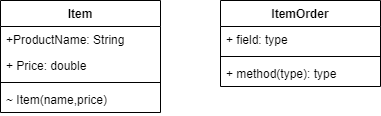
The draw.io diagram ShopDiagram.png in merlin2v/StoreSystem, before a commit. Source tidied: cells renumbered, new cells last; positions are measured from the earlier drawing's top-left corner, leaving out a move shared by most shapes.
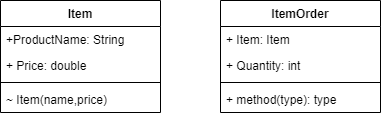
Above is the later version.

The edit, as a diff of the source:
```diff
@@ -18,16 +18,19 @@
       <mxGeometry y="86" width="160" height="26" as="geometry" />
     </mxCell>
     <mxCell id="7" value="ItemOrder" style="swimlane;fontStyle=1;align=center;verticalAlign=top;horizontal=1;startSize=26;" parent="1" vertex="1">
-      <mxGeometry x="220" width="160" height="86" as="geometry" />
+      <mxGeometry x="220" width="160" height="112" as="geometry" />
     </mxCell>
-    <mxCell id="8" value="+ field: type" style="text;strokeColor=none;fillColor=none;align=left;verticalAlign=top;spacingLeft=4;spacingRight=4;overflow=hidden;" parent="7" vertex="1">
+    <mxCell id="8" value="+ Item: Item" style="text;strokeColor=none;fillColor=none;align=left;verticalAlign=top;spacingLeft=4;spacingRight=4;overflow=hidden;" parent="7" vertex="1">
       <mxGeometry y="26" width="160" height="26" as="geometry" />
     </mxCell>
+    <mxCell id="11" value="+ Quantity: int" style="text;strokeColor=none;fillColor=none;align=left;verticalAlign=top;spacingLeft=4;spacingRight=4;overflow=hidden;" parent="7" vertex="1">
+      <mxGeometry y="52" width="160" height="26" as="geometry" />
+    </mxCell>
     <mxCell id="9" style="line;strokeWidth=1;fillColor=none;align=left;verticalAlign=middle;spacingTop=-1;spacingLeft=3;spacingRight=3;labelPosition=right;" parent="7" vertex="1">
-      <mxGeometry y="52" width="160" height="8" as="geometry" />
+      <mxGeometry y="78" width="160" height="8" as="geometry" />
     </mxCell>
     <mxCell id="10" value="+ method(type): type" style="text;strokeColor=none;fillColor=none;align=left;verticalAlign=top;spacingLeft=4;spacingRight=4;overflow=hidden;" parent="7" vertex="1">
-      <mxGeometry y="60" width="160" height="26" as="geometry" />
+      <mxGeometry y="86" width="160" height="26" as="geometry" />
     </mxCell>
   </root>
 </mxGraphModel>
```
